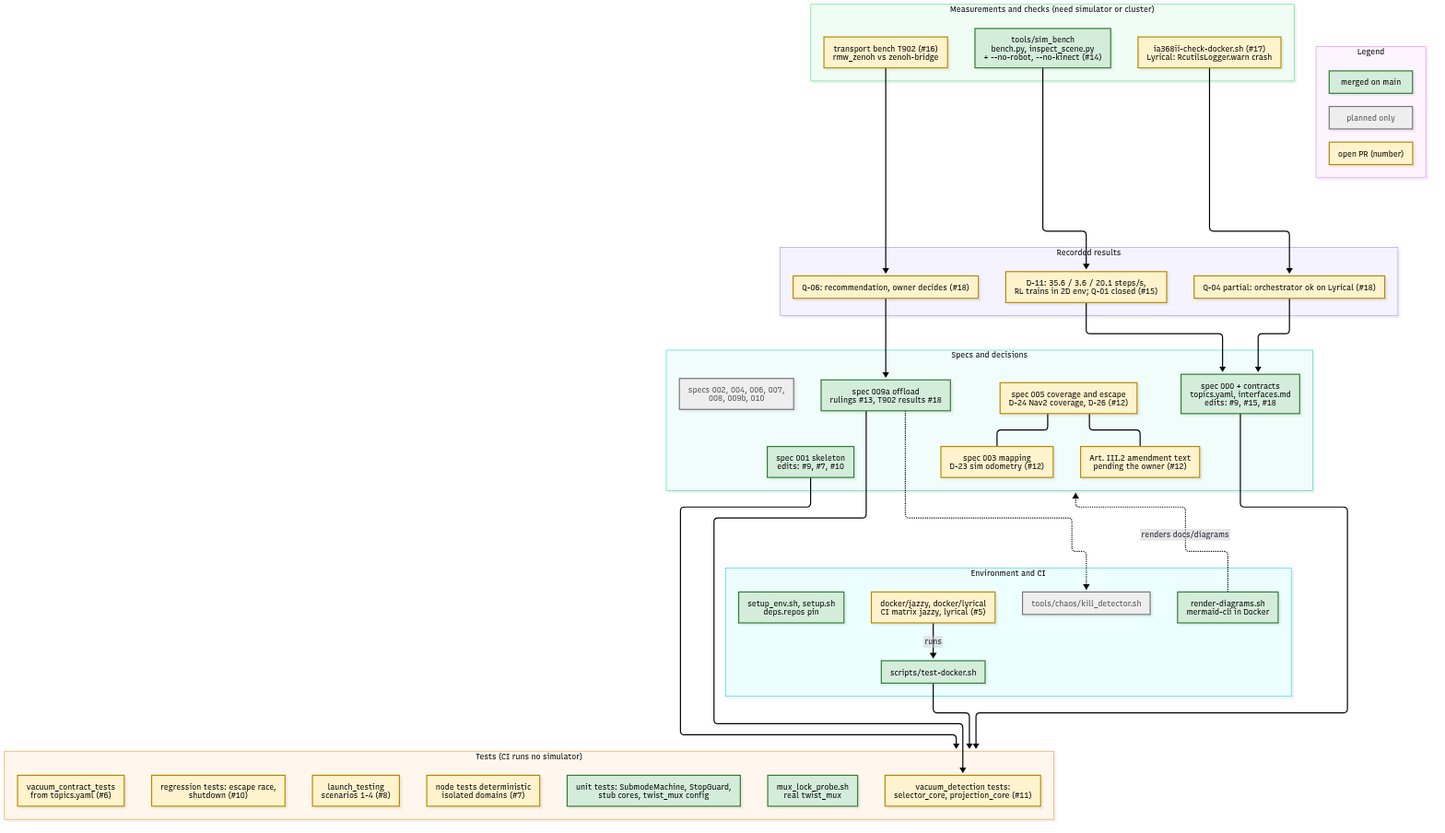
The Mermaid diagram docs/diagrams/render/built-so-far-tooling.png in Rodolfodc/kuberostics, before a commit. Its source is kept beside it as docs/diagrams/built-so-far-tooling.mmd. The source it was exported from:
```mermaid
flowchart TB
  classDef merged fill:#d4edda,stroke:#2e7d32,color:#000
  classDef pr fill:#fff3cd,stroke:#b58900,color:#000
  classDef planned fill:#eeeeee,stroke:#777,color:#555

  subgraph LEG["Legend"]
    direction LR
    L1["merged on main"]:::merged
    L2["open PR (number)"]:::pr
    L3["planned only"]:::planned
  end

  subgraph SPECS["Specs and decisions"]
    direction LR
    S000["spec 000 + contracts<br/>topics.yaml, interfaces.md<br/>edits: #9, #15, #18"]:::merged
    S001["spec 001 skeleton<br/>edits: #9, #7, #10"]:::merged
    S009["spec 009a offload<br/>rulings #13, T902 results #18"]:::merged
    S005["spec 005 coverage and escape<br/>D-24 Nav2 coverage, D-26 (#12)"]:::pr
    S003["spec 003 mapping<br/>D-23 sim odometry (#12)"]:::pr
    AMD["Art. III.2 amendment text<br/>pending the owner (#12)"]:::pr
    S002["specs 002, 004, 006, 007,<br/>008, 009b, 010"]:::planned
  end

  subgraph TESTS["Tests (CI runs no simulator)"]
    direction LR
    UT["unit tests: SubmodeMachine, StopGuard,<br/>stub cores, twist_mux config"]:::merged
    FL["node tests deterministic<br/>isolated domains (#7)"]:::pr
    RG["regression tests: escape race,<br/>shutdown (#10)"]:::pr
    CT["vacuum_contract_tests<br/>from topics.yaml (#6)"]:::pr
    LT["launch_testing<br/>scenarios 1-4 (#8)"]:::pr
    PRB["mux_lock_probe.sh<br/>real twist_mux"]:::merged
    DT["vacuum_detection tests:<br/>selector_core, projection_core (#11)"]:::pr
  end

  subgraph ENV["Environment and CI"]
    direction LR
    TD["scripts/test-docker.sh"]:::merged
    IMG["docker/jazzy, docker/lyrical<br/>CI matrix jazzy, lyrical (#5)"]:::pr
    SE["setup_env.sh, setup.sh<br/>deps.repos pin"]:::merged
    RD["render-diagrams.sh<br/>mermaid-cli in Docker"]:::merged
    CHAOS["tools/chaos/kill_detector.sh"]:::planned
  end

  subgraph MEAS["Measurements and checks (need simulator or cluster)"]
    direction LR
    SB["tools/sim_bench<br/>bench.py, inspect_scene.py<br/>+ --no-robot, --no-kinect (#14)"]:::merged
    IC["ia368ii-check-docker.sh (#17)<br/>Lyrical: RcutilsLogger.warn crash"]:::pr
    TB["transport bench T902 (#16)<br/>rmw_zenoh vs zenoh-bridge"]:::pr
  end

  subgraph RES["Recorded results"]
    direction LR
    R1["D-11: 35.6 / 3.6 / 20.1 steps/s,<br/>RL trains in 2D env; Q-01 closed (#15)"]:::pr
    R2["Q-04 partial: orchestrator ok on Lyrical (#18)"]:::pr
    R3["Q-06: recommendation, owner decides (#18)"]:::pr
  end

  S000 --> TESTS
  S001 --> TESTS
  S009 --> DT
  TD --> TESTS
  IMG -->|"runs"| TD
  SB --> R1
  IC --> R2
  TB --> R3
  R1 --> S000
  R2 --> S000
  R3 --> S009
  S005 --- S003
  S005 --- AMD
  S009 -.-> CHAOS
  RD -.->|"renders docs/diagrams"| SPECS
```
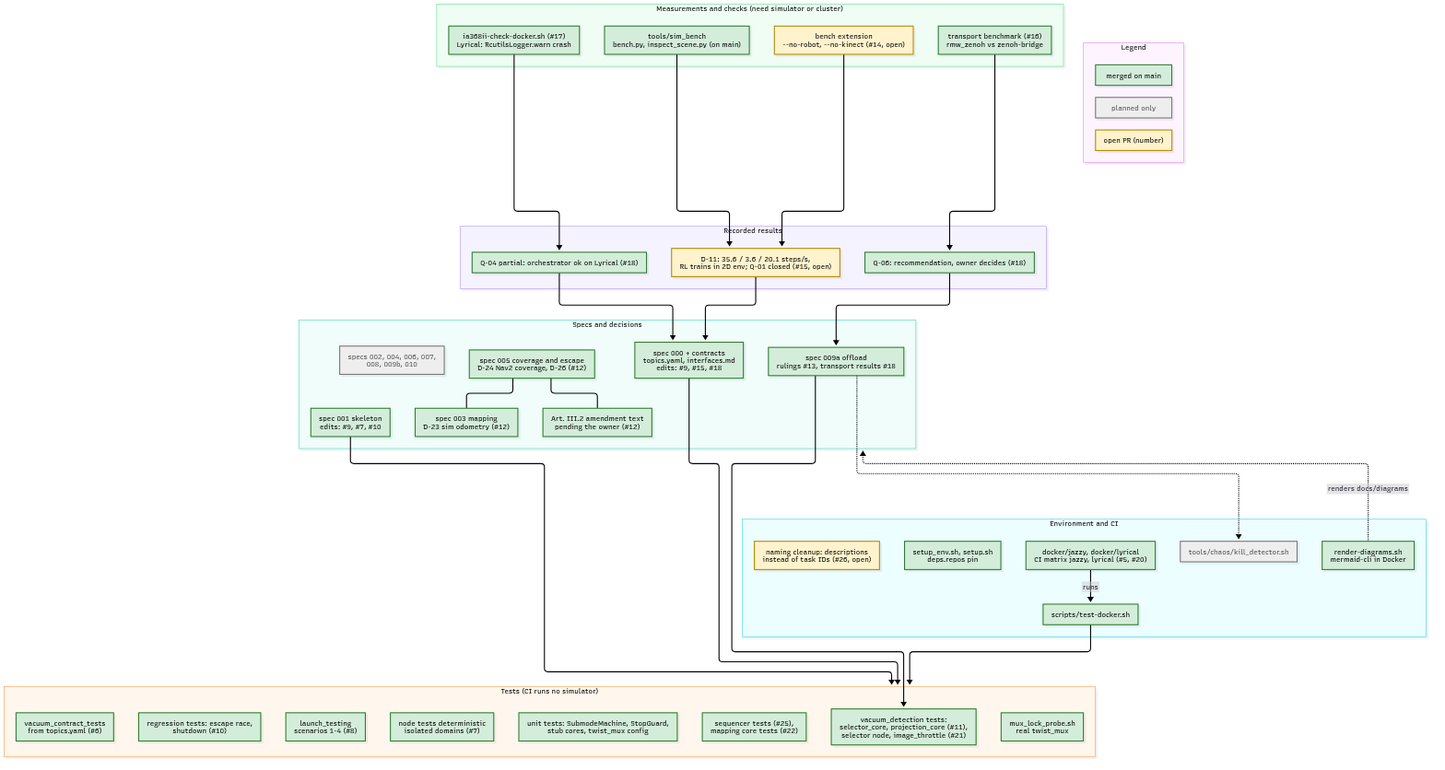
The same file after the commit.

What changed in the source:
```diff
@@ -14,45 +14,48 @@
     direction LR
     S000["spec 000 + contracts<br/>topics.yaml, interfaces.md<br/>edits: #9, #15, #18"]:::merged
     S001["spec 001 skeleton<br/>edits: #9, #7, #10"]:::merged
-    S009["spec 009a offload<br/>rulings #13, T902 results #18"]:::merged
-    S005["spec 005 coverage and escape<br/>D-24 Nav2 coverage, D-26 (#12)"]:::pr
-    S003["spec 003 mapping<br/>D-23 sim odometry (#12)"]:::pr
-    AMD["Art. III.2 amendment text<br/>pending the owner (#12)"]:::pr
+    S009["spec 009a offload<br/>rulings #13, transport results #18"]:::merged
+    S005["spec 005 coverage and escape<br/>D-24 Nav2 coverage, D-26 (#12)"]:::merged
+    S003["spec 003 mapping<br/>D-23 sim odometry (#12)"]:::merged
+    AMD["Art. III.2 amendment text<br/>pending the owner (#12)"]:::merged
     S002["specs 002, 004, 006, 007,<br/>008, 009b, 010"]:::planned
   end
 
   subgraph TESTS["Tests (CI runs no simulator)"]
     direction LR
     UT["unit tests: SubmodeMachine, StopGuard,<br/>stub cores, twist_mux config"]:::merged
-    FL["node tests deterministic<br/>isolated domains (#7)"]:::pr
-    RG["regression tests: escape race,<br/>shutdown (#10)"]:::pr
-    CT["vacuum_contract_tests<br/>from topics.yaml (#6)"]:::pr
-    LT["launch_testing<br/>scenarios 1-4 (#8)"]:::pr
+    FL["node tests deterministic<br/>isolated domains (#7)"]:::merged
+    RG["regression tests: escape race,<br/>shutdown (#10)"]:::merged
+    CT["vacuum_contract_tests<br/>from topics.yaml (#6)"]:::merged
+    LT["launch_testing<br/>scenarios 1-4 (#8)"]:::merged
+    SQT["sequencer tests (#25),<br/>mapping core tests (#22)"]:::merged
     PRB["mux_lock_probe.sh<br/>real twist_mux"]:::merged
-    DT["vacuum_detection tests:<br/>selector_core, projection_core (#11)"]:::pr
+    DT["vacuum_detection tests:<br/>selector_core, projection_core (#11),<br/>selector node, image_throttle (#21)"]:::merged
   end
 
   subgraph ENV["Environment and CI"]
     direction LR
     TD["scripts/test-docker.sh"]:::merged
-    IMG["docker/jazzy, docker/lyrical<br/>CI matrix jazzy, lyrical (#5)"]:::pr
+    IMG["docker/jazzy, docker/lyrical<br/>CI matrix jazzy, lyrical (#5, #20)"]:::merged
     SE["setup_env.sh, setup.sh<br/>deps.repos pin"]:::merged
     RD["render-diagrams.sh<br/>mermaid-cli in Docker"]:::merged
+    NAMING["naming cleanup: descriptions<br/>instead of task IDs (#26, open)"]:::pr
     CHAOS["tools/chaos/kill_detector.sh"]:::planned
   end
 
   subgraph MEAS["Measurements and checks (need simulator or cluster)"]
     direction LR
-    SB["tools/sim_bench<br/>bench.py, inspect_scene.py<br/>+ --no-robot, --no-kinect (#14)"]:::merged
-    IC["ia368ii-check-docker.sh (#17)<br/>Lyrical: RcutilsLogger.warn crash"]:::pr
-    TB["transport bench T902 (#16)<br/>rmw_zenoh vs zenoh-bridge"]:::pr
+    SB["tools/sim_bench<br/>bench.py, inspect_scene.py (on main)"]:::merged
+    SB2["bench extension<br/>--no-robot, --no-kinect (#14, open)"]:::pr
+    IC["ia368ii-check-docker.sh (#17)<br/>Lyrical: RcutilsLogger.warn crash"]:::merged
+    TB["transport benchmark (#16)<br/>rmw_zenoh vs zenoh-bridge"]:::merged
   end
 
   subgraph RES["Recorded results"]
     direction LR
-    R1["D-11: 35.6 / 3.6 / 20.1 steps/s,<br/>RL trains in 2D env; Q-01 closed (#15)"]:::pr
-    R2["Q-04 partial: orchestrator ok on Lyrical (#18)"]:::pr
-    R3["Q-06: recommendation, owner decides (#18)"]:::pr
+    R1["D-11: 35.6 / 3.6 / 20.1 steps/s,<br/>RL trains in 2D env; Q-01 closed (#15, open)"]:::pr
+    R2["Q-04 partial: orchestrator ok on Lyrical (#18)"]:::merged
+    R3["Q-06: recommendation, owner decides (#18)"]:::merged
   end
 
   S000 --> TESTS
@@ -61,6 +64,7 @@
   TD --> TESTS
   IMG -->|"runs"| TD
   SB --> R1
+  SB2 --> R1
   IC --> R2
   TB --> R3
   R1 --> S000
```
